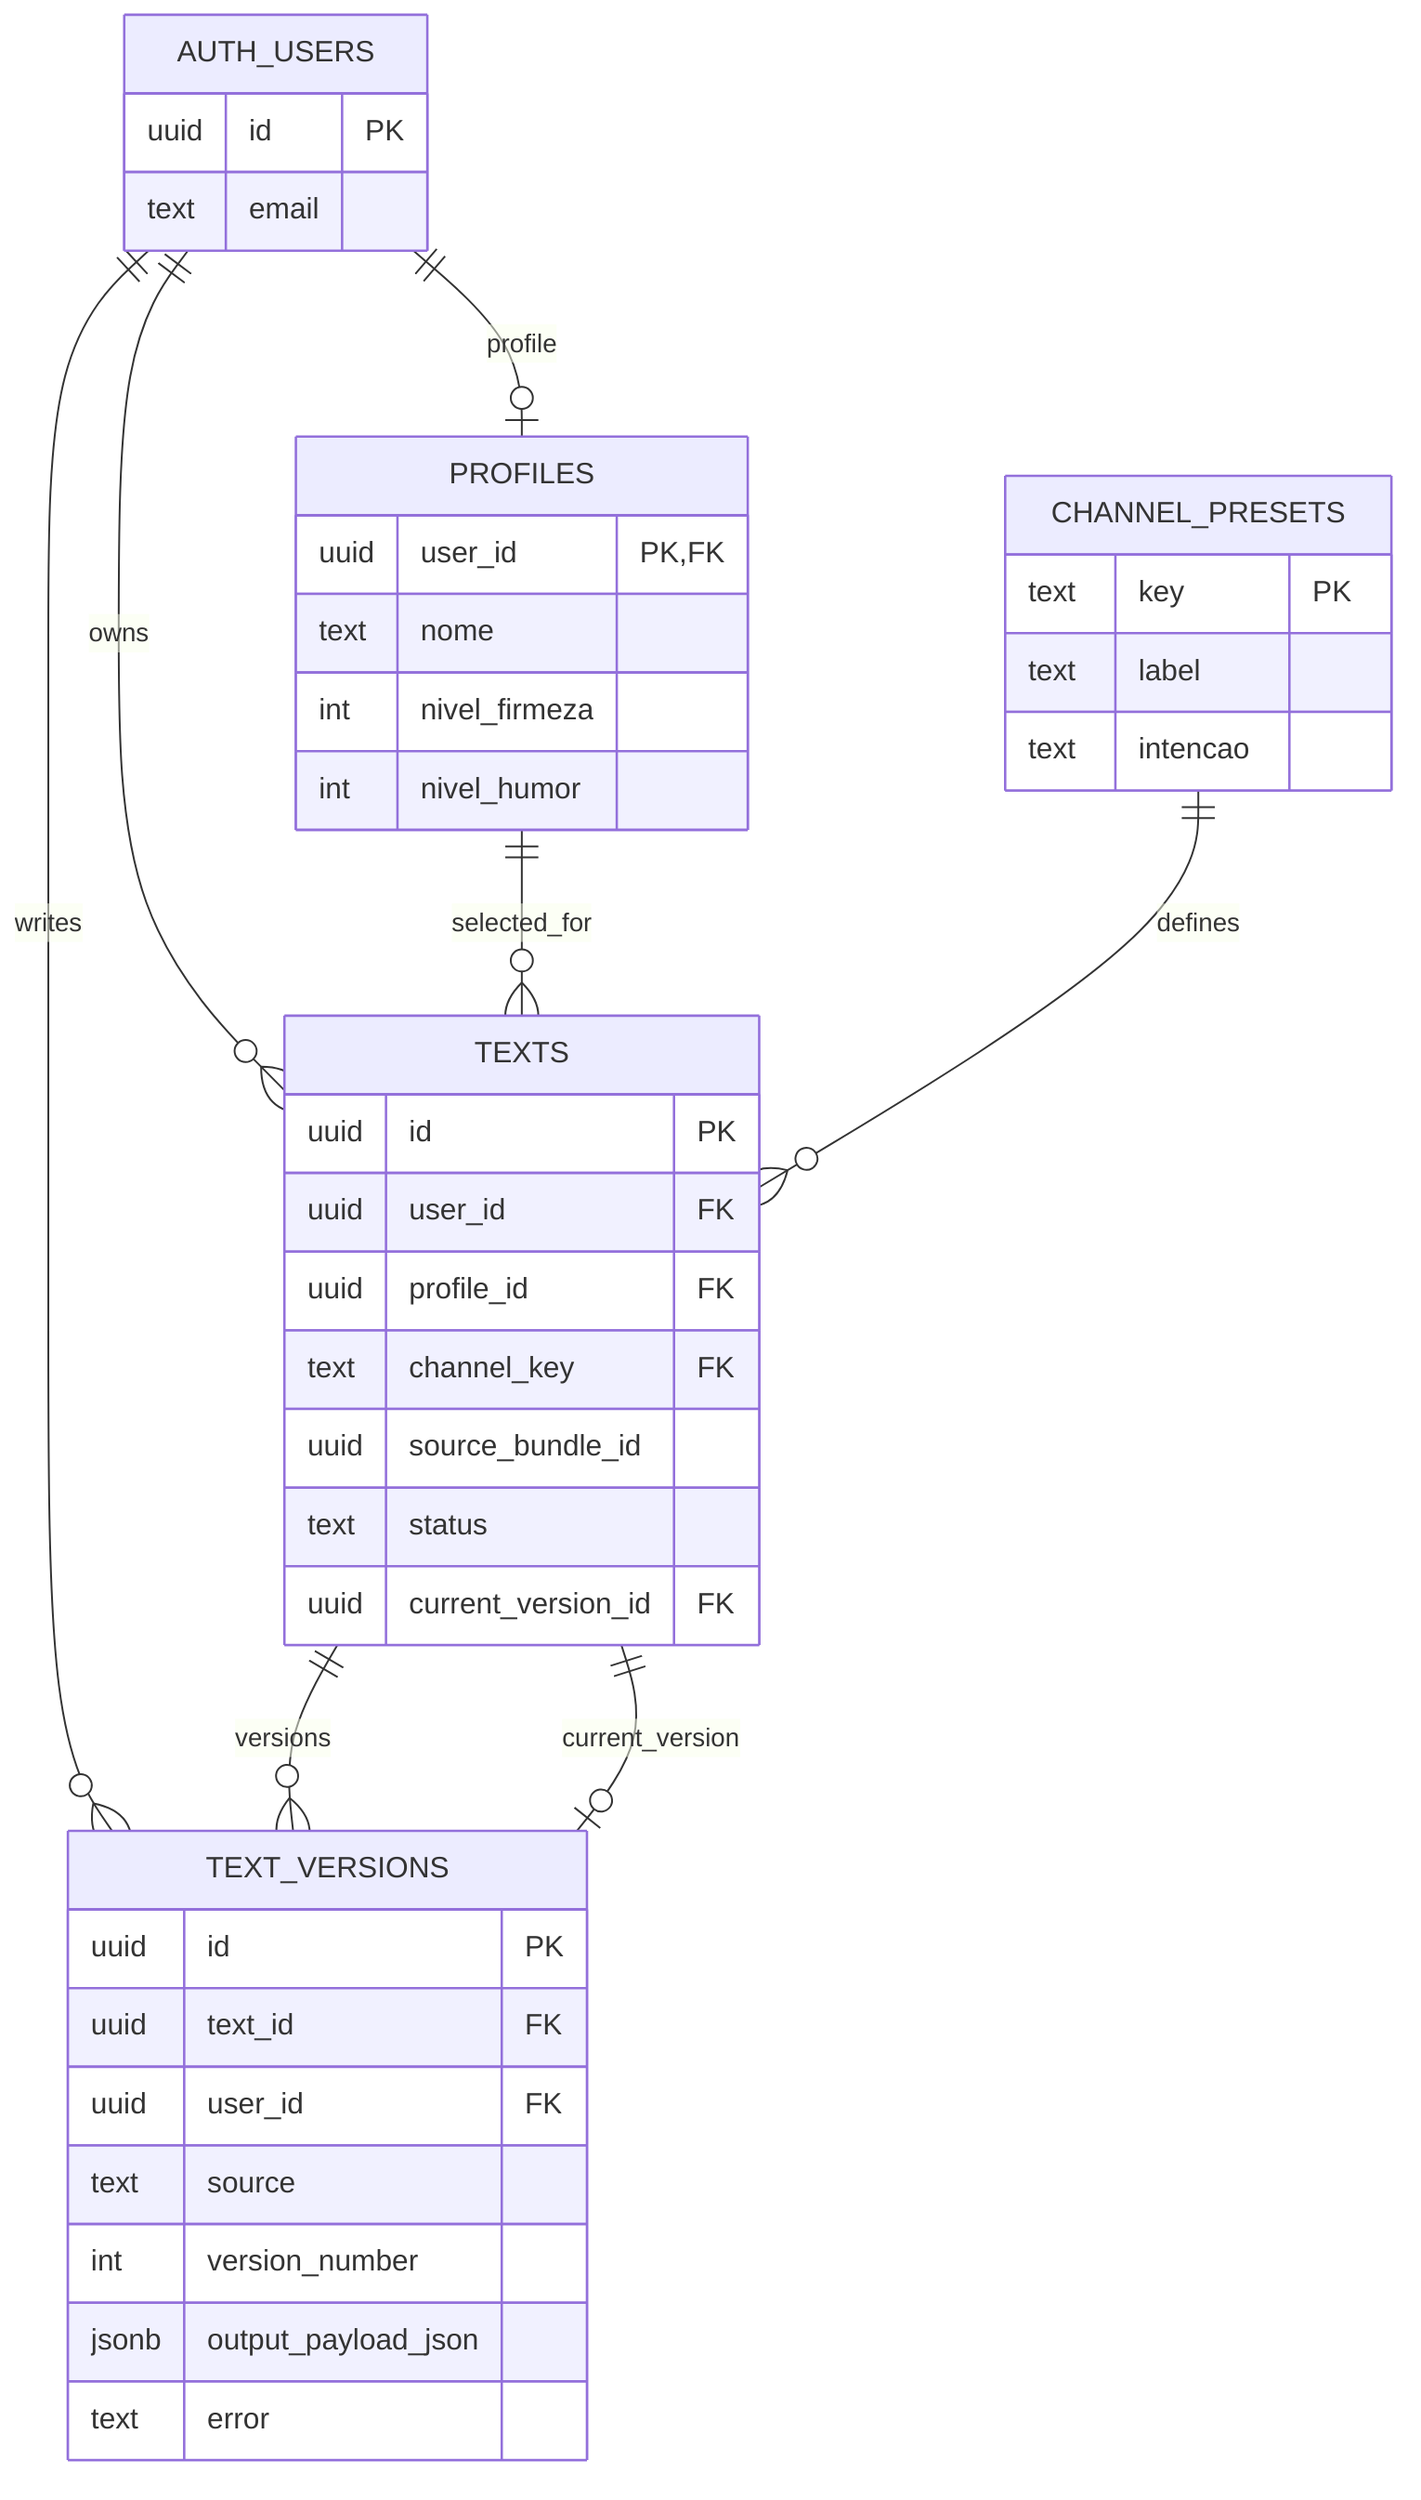
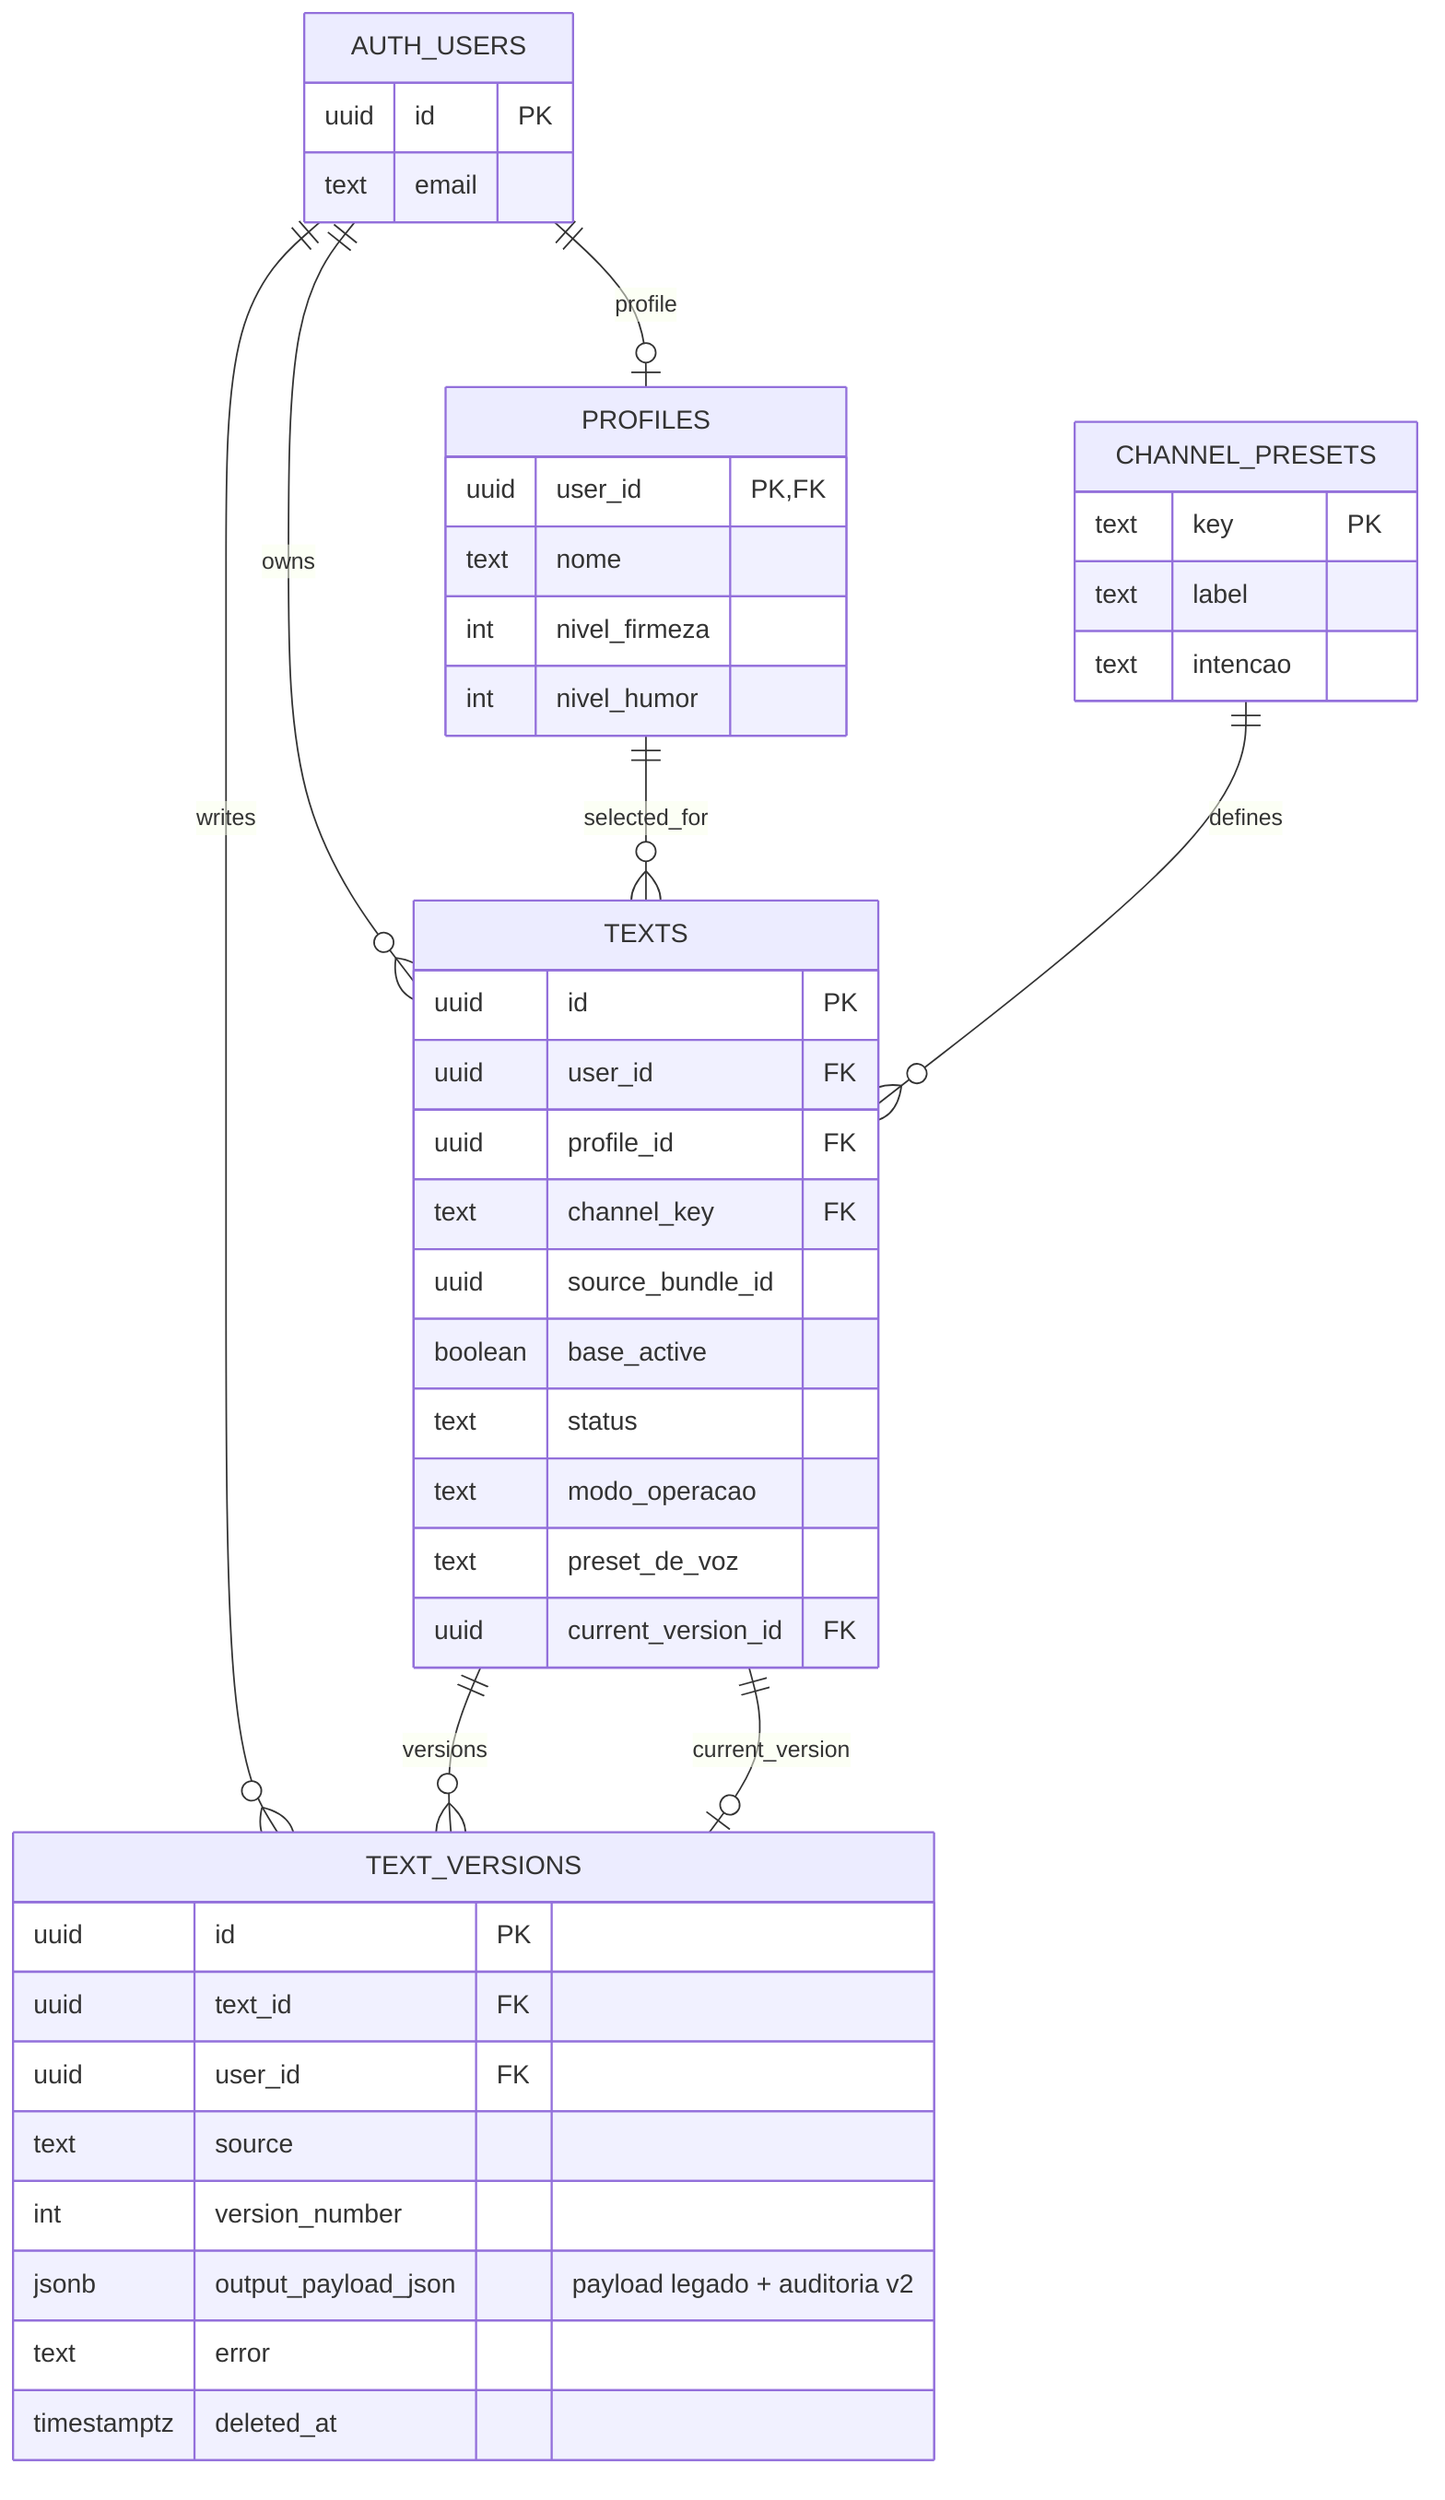
erDiagram
+   %% Acesso ao app continua em Supabase Auth + getAppAccess(), fora do schema de negocio.
  AUTH_USERS ||--o| PROFILES : profile
  AUTH_USERS ||--o{ TEXTS : owns
  AUTH_USERS ||--o{ TEXT_VERSIONS : writes
  PROFILES ||--o{ TEXTS : selected_for
  CHANNEL_PRESETS ||--o{ TEXTS : defines
  TEXTS ||--o{ TEXT_VERSIONS : versions
  TEXTS ||--o| TEXT_VERSIONS : current_version

  AUTH_USERS {
    uuid id PK
    text email
  }

  PROFILES {
    uuid user_id PK, FK
    text nome
    int nivel_firmeza
    int nivel_humor
  }

  TEXTS {
    uuid id PK
    uuid user_id FK
    uuid profile_id FK
    text channel_key FK
    uuid source_bundle_id
+     boolean base_active
    text status
+     text modo_operacao
+     text preset_de_voz
    uuid current_version_id FK
  }

  CHANNEL_PRESETS {
    text key PK
    text label
    text intencao
  }

  TEXT_VERSIONS {
    uuid id PK
    uuid text_id FK
    uuid user_id FK
    text source
    int version_number
-     jsonb output_payload_json
+     jsonb output_payload_json "payload legado + auditoria v2"
    text error
+     timestamptz deleted_at
  }
